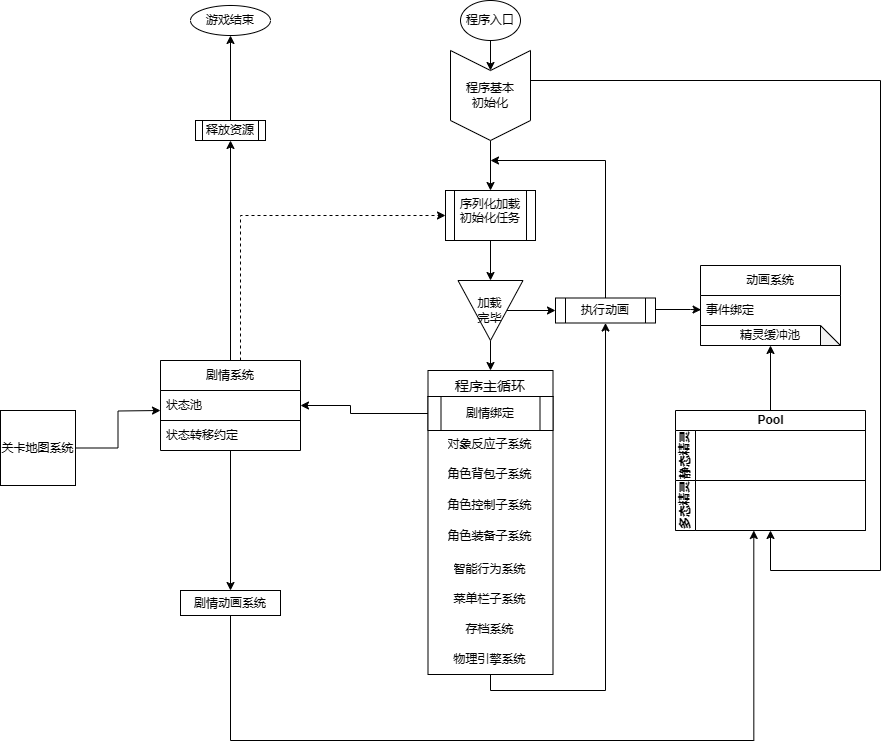
AliceAuto/-Funcode- keeps this draw.io diagram as 游戏框架/未命名绘图.drawio.png. Above is the earlier version. Source tidied: cells renumbered, new cells last; positions are measured from the earlier drawing's top-left corner, leaving out a move shared by most shapes.
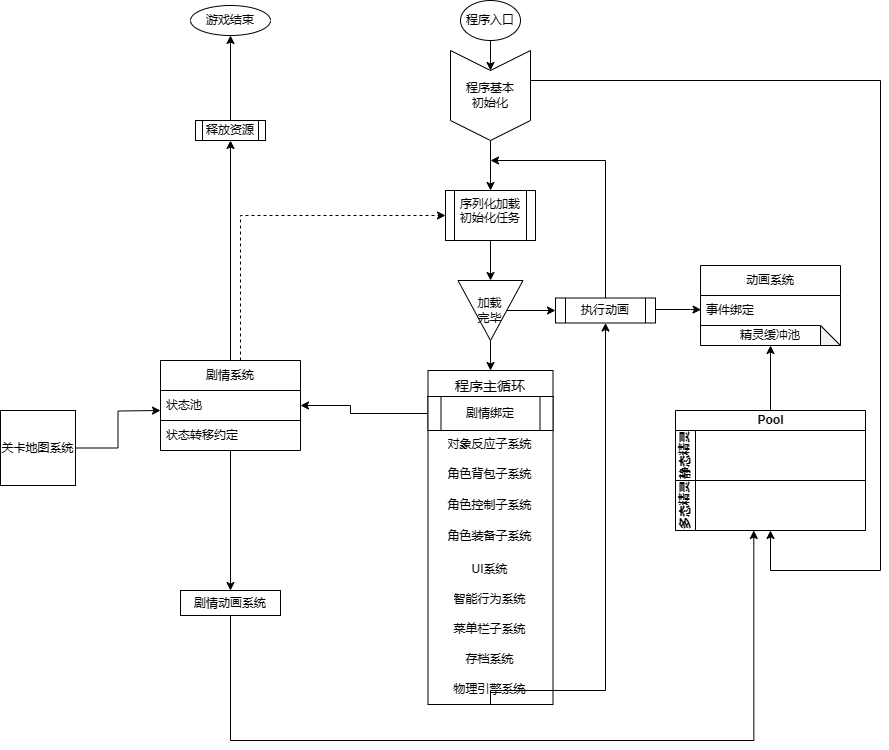
After the commit.

Commit message:
更新未命名绘图.drawio.png

What changed in the source:
```diff
@@ -55,7 +55,7 @@
       </mxGeometry>
     </mxCell>
     <mxCell id="13" value="程序主循环" style="swimlane;fontStyle=0;horizontal=1;startSize=26;align=center;fontSize=14;spacingTop=4;" parent="1" vertex="1">
-      <mxGeometry x="427.5" y="370" width="125" height="304" as="geometry" />
+      <mxGeometry x="427.5" y="370" width="125" height="334" as="geometry" />
     </mxCell>
     <mxCell id="14" value="剧情绑定" style="shape=process;whiteSpace=wrap;html=1;backgroundOutline=1;" parent="13" vertex="1">
       <mxGeometry y="26" width="125" height="34" as="geometry" />
@@ -72,17 +72,20 @@
     <mxCell id="18" value="角色装备子系统" style="text;strokeColor=none;fillColor=none;spacingLeft=4;spacingRight=4;overflow=hidden;fontSize=12;whiteSpace=wrap;html=1;align=center;spacingTop=2;" parent="13" vertex="1">
       <mxGeometry y="150" width="125" height="34" as="geometry" />
     </mxCell>
+    <mxCell id="49" value="UI系统" style="text;html=1;align=center;verticalAlign=middle;whiteSpace=wrap;rounded=0;" parent="13" vertex="1">
+      <mxGeometry y="184" width="125" height="30" as="geometry" />
+    </mxCell>
     <mxCell id="19" value="智能行为系统" style="text;strokeColor=none;fillColor=none;align=center;verticalAlign=middle;spacingLeft=4;spacingRight=4;overflow=hidden;whiteSpace=wrap;html=1;" parent="13" vertex="1">
-      <mxGeometry y="184" width="125" height="30" as="geometry" />
+      <mxGeometry y="214" width="125" height="30" as="geometry" />
     </mxCell>
     <mxCell id="20" value="菜单栏子系统" style="text;html=1;align=center;verticalAlign=middle;whiteSpace=wrap;rounded=0;spacingLeft=4;spacingRight=4;" parent="13" vertex="1">
-      <mxGeometry y="214" width="125" height="30" as="geometry" />
+      <mxGeometry y="244" width="125" height="30" as="geometry" />
     </mxCell>
     <mxCell id="21" value="存档系统" style="text;html=1;align=center;verticalAlign=middle;whiteSpace=wrap;rounded=0;spacingRight=4;spacingLeft=4;" parent="13" vertex="1">
-      <mxGeometry y="244" width="125" height="30" as="geometry" />
+      <mxGeometry y="274" width="125" height="30" as="geometry" />
     </mxCell>
     <mxCell id="22" value="物理引擎系统" style="text;html=1;align=center;verticalAlign=middle;whiteSpace=wrap;rounded=0;" parent="13" vertex="1">
-      <mxGeometry y="274" width="125" height="30" as="geometry" />
+      <mxGeometry y="304" width="125" height="30" as="geometry" />
     </mxCell>
     <mxCell id="23" style="edgeStyle=orthogonalEdgeStyle;rounded=0;orthogonalLoop=1;jettySize=auto;html=1;exitX=0.5;exitY=1;exitDx=0;exitDy=0;" parent="13" edge="1" source="21" target="21">
       <mxGeometry relative="1" as="geometry" />
```
